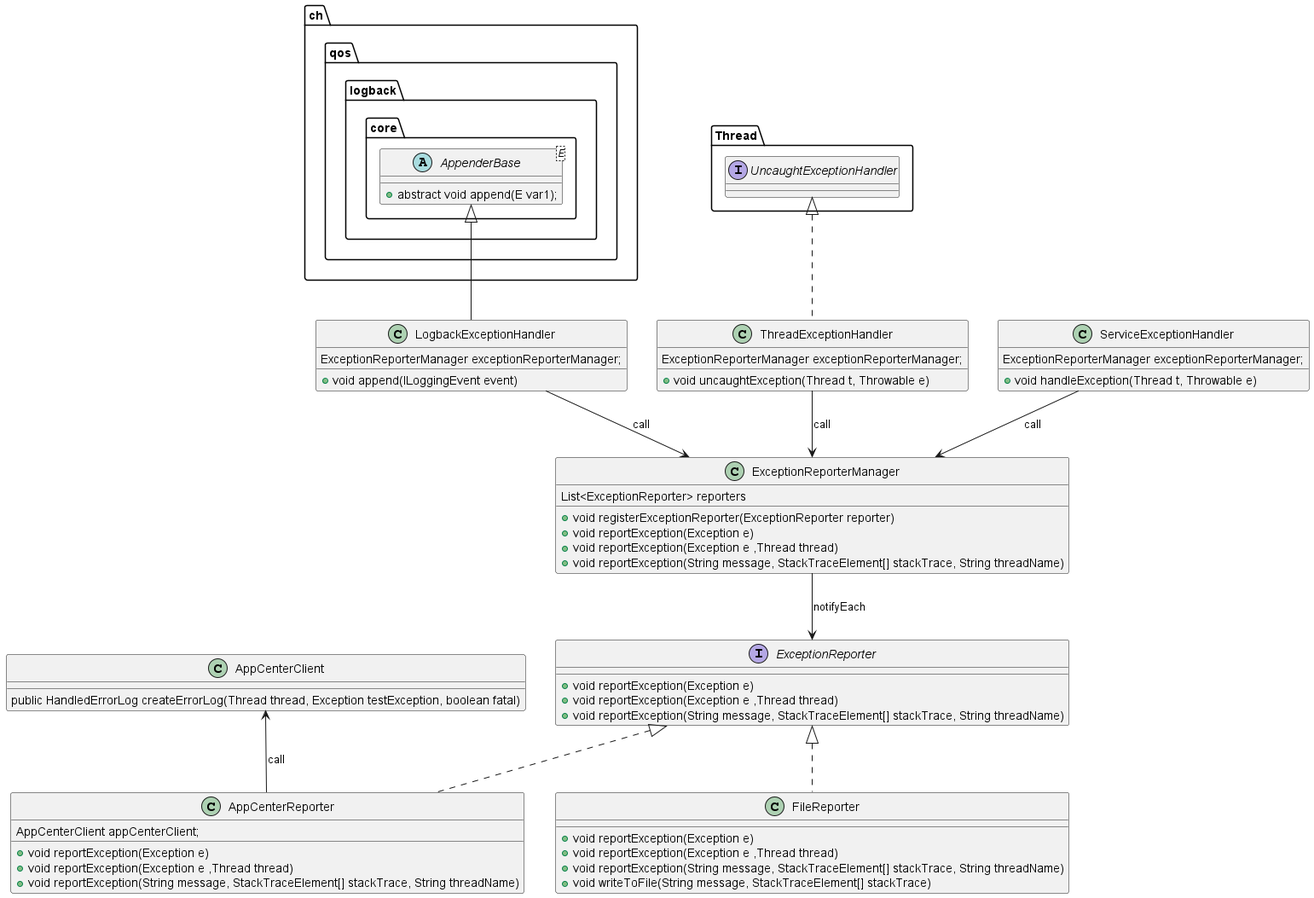
microsoft/HydraLab keeps this PlantUML diagram as docs/images/UML/exception_monitor.png. Above is the earlier version. The source it was exported from:
```plantuml
@startuml exception_monitor
interface ExceptionReporter {
    + void reportException(Exception e)
    + void reportException(Exception e ,Thread thread)
    + void reportException(String message, StackTraceElement[] stackTrace, String threadName)
}

class ExceptionReporterManager {
    List<ExceptionReporter> reporters
    + void registerExceptionReporter(ExceptionReporter reporter)
    + void reportException(Exception e)
    + void reportException(Exception e ,Thread thread)
    + void reportException(String message, StackTraceElement[] stackTrace, String threadName)
}

class AppCenterReporter implements ExceptionReporter {
    AppCenterClient appCenterClient;

    + void reportException(Exception e)
    + void reportException(Exception e ,Thread thread)
    + void reportException(String message, StackTraceElement[] stackTrace, String threadName)
}


class FileReporter implements ExceptionReporter {
    + void reportException(Exception e)
    + void reportException(Exception e ,Thread thread)
    + void reportException(String message, StackTraceElement[] stackTrace, String threadName)
    + void writeToFile(String message, StackTraceElement[] stackTrace)
}

class AppCenterClient{
    public HandledErrorLog createErrorLog(Thread thread, Exception testException, boolean fatal)
}

AppCenterClient <-- AppCenterReporter : call

abstract class ch.qos.logback.core.AppenderBase<E> {
    + abstract void append(E var1);
}

class LogbackExceptionHandler extends ch.qos.logback.core.AppenderBase {
    ExceptionReporterManager exceptionReporterManager;
    + void append(ILoggingEvent event)
}

class ThreadExceptionHandler implements Thread.UncaughtExceptionHandler {
    ExceptionReporterManager exceptionReporterManager;
    + void uncaughtException(Thread t, Throwable e)
}

class ServiceExceptionHandler {
    ExceptionReporterManager exceptionReporterManager;
    + void handleException(Thread t, Throwable e)
}

LogbackExceptionHandler --> ExceptionReporterManager : call
ThreadExceptionHandler --> ExceptionReporterManager : call
ServiceExceptionHandler --> ExceptionReporterManager : call

ExceptionReporterManager --> ExceptionReporter : notifyEach
@enduml
```
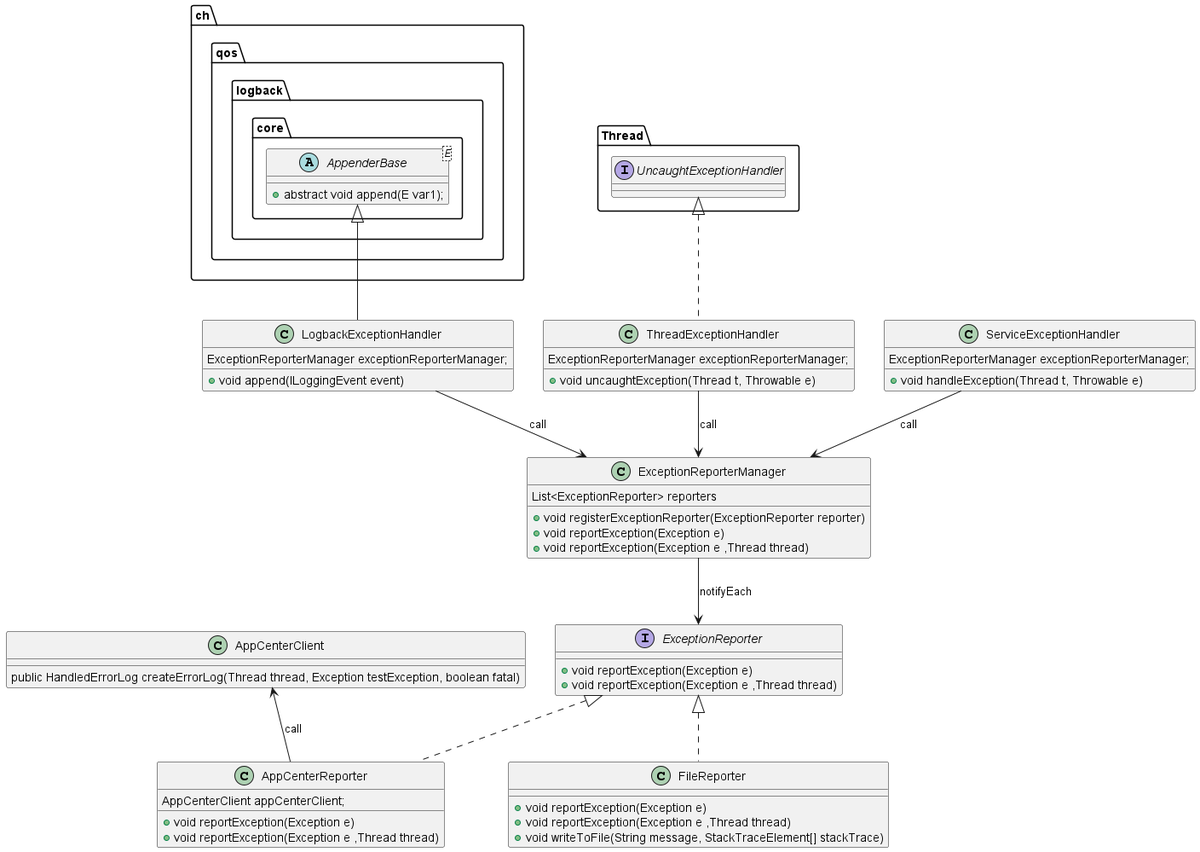
The same file after the commit.

The edit, as a diff of the source:
```diff
@@ -2,7 +2,6 @@
 interface ExceptionReporter {
     + void reportException(Exception e)
     + void reportException(Exception e ,Thread thread)
-    + void reportException(String message, StackTraceElement[] stackTrace, String threadName)
 }
 
 class ExceptionReporterManager {
@@ -10,7 +9,6 @@
     + void registerExceptionReporter(ExceptionReporter reporter)
     + void reportException(Exception e)
     + void reportException(Exception e ,Thread thread)
-    + void reportException(String message, StackTraceElement[] stackTrace, String threadName)
 }
 
 class AppCenterReporter implements ExceptionReporter {
@@ -18,14 +16,12 @@
 
     + void reportException(Exception e)
     + void reportException(Exception e ,Thread thread)
-    + void reportException(String message, StackTraceElement[] stackTrace, String threadName)
 }
 
 
 class FileReporter implements ExceptionReporter {
     + void reportException(Exception e)
     + void reportException(Exception e ,Thread thread)
-    + void reportException(String message, StackTraceElement[] stackTrace, String threadName)
     + void writeToFile(String message, StackTraceElement[] stackTrace)
 }
 
```
